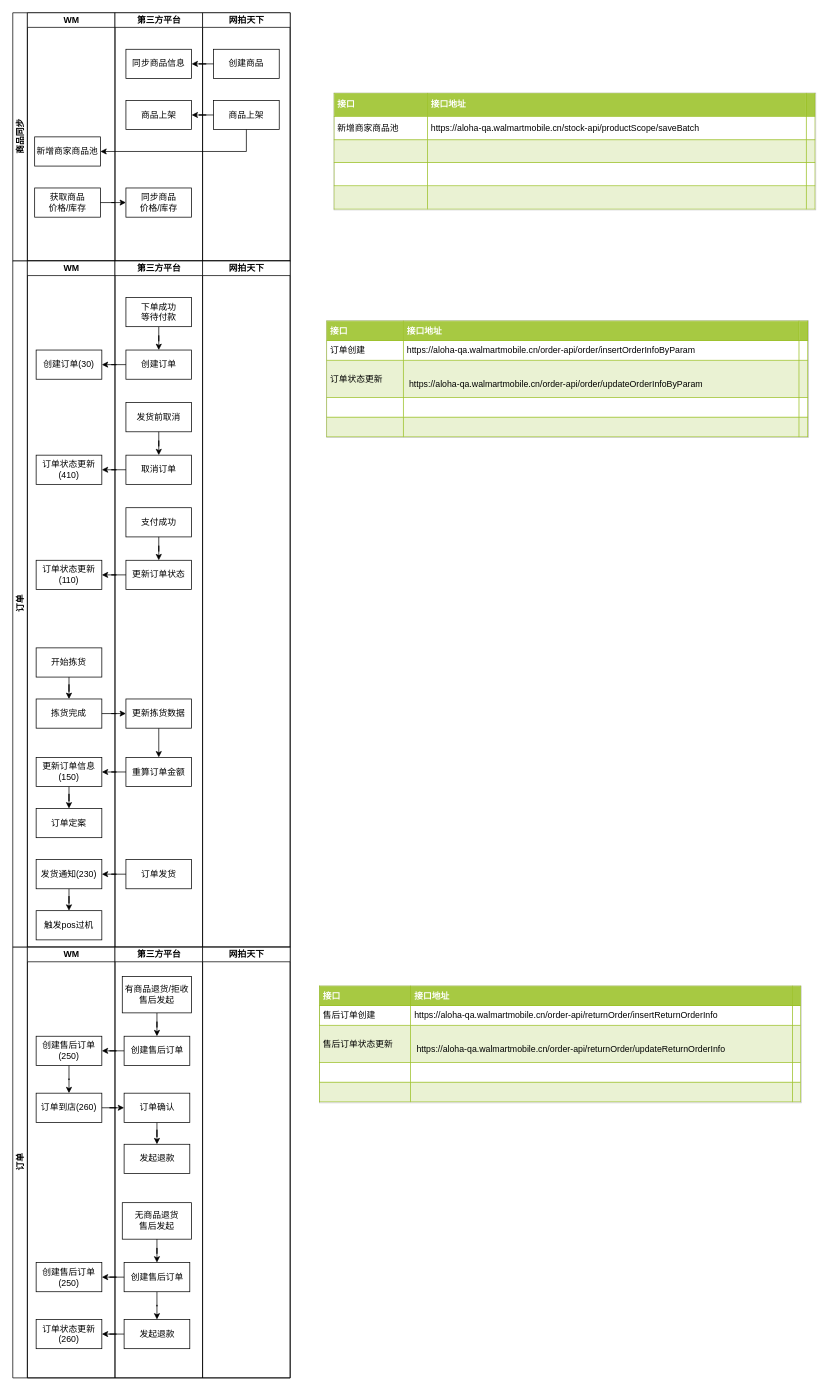
Earlier version of the draw.io diagram work/第三方平台订单对接.drawio (FYou/drawIo). Source tidied: cells renumbered, new cells numbered last; positions are measured from the earlier drawing's top-left corner, leaving out a move shared by most shapes. Both pictures are drawn from the tidied source at 73%, with x=0, y=0 at pixel (12, 12).
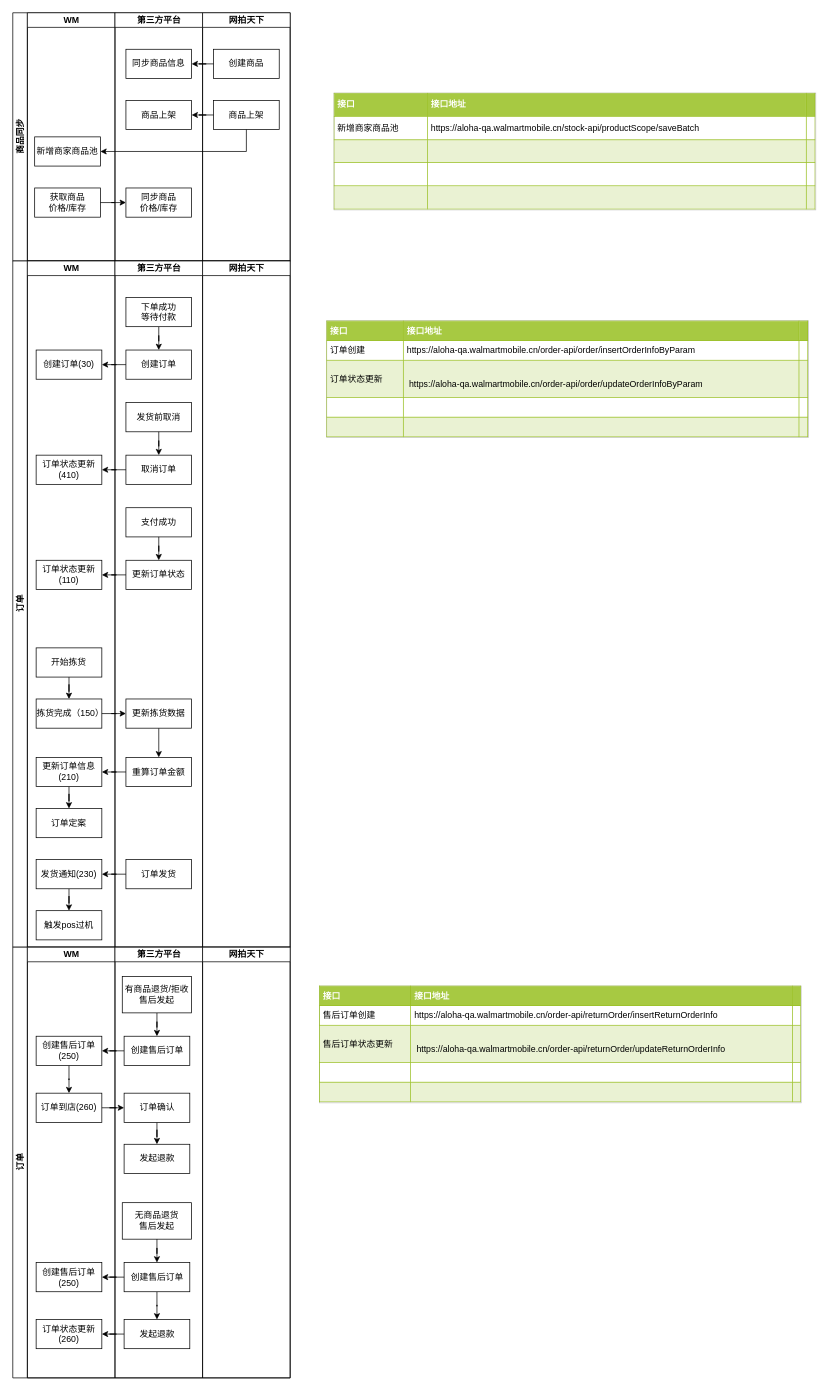
After the change.

Commit message:
Update 第三方平台订单对接.drawio

Unchanged cells that the change refers to:
```xml
<mxCell id="18" value="WM" style="swimlane;html=1;startSize=20;" parent="17" vertex="1">
  <mxGeometry x="20" width="120" height="940" as="geometry" />
</mxCell>
```

What changed in the source:
```diff
@@
-    <mxCell id="22" value="拣货完成" style="rounded=0;whiteSpace=wrap;html=1;" parent="18" vertex="1">
+    <mxCell id="22" value="拣货完成（150）" style="rounded=0;whiteSpace=wrap;html=1;" parent="18" vertex="1">
       <mxGeometry x="12" y="600" width="90" height="40" as="geometry" />
     </mxCell>
@@
-    <mxCell id="24" value="更新订单信息(150)" style="rounded=0;whiteSpace=wrap;html=1;" parent="18" vertex="1">
+    <mxCell id="24" value="更新订单信息(210)" style="rounded=0;whiteSpace=wrap;html=1;" parent="18" vertex="1">
       <mxGeometry x="12" y="680" width="90" height="40" as="geometry" />
     </mxCell>
```
